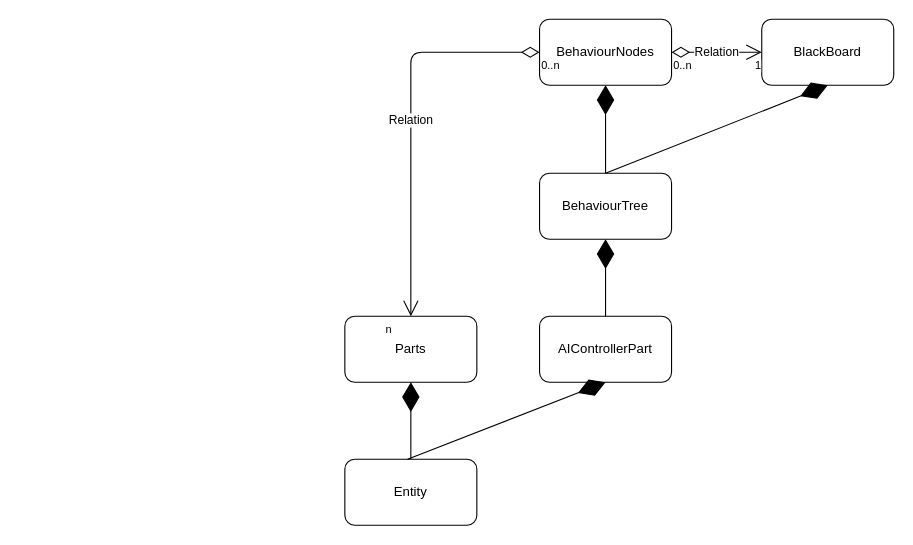
This is Untitled Diagram.drawio from davidkuangtao/Books, a draw.io file, before an edit. Source tidied: cells renumbered, new cells numbered last; positions are measured from the earlier drawing's top-left corner, leaving out a move shared by most shapes. Both pictures are drawn from the tidied source at 110%, with x=0, y=0 at pixel (344, 19).
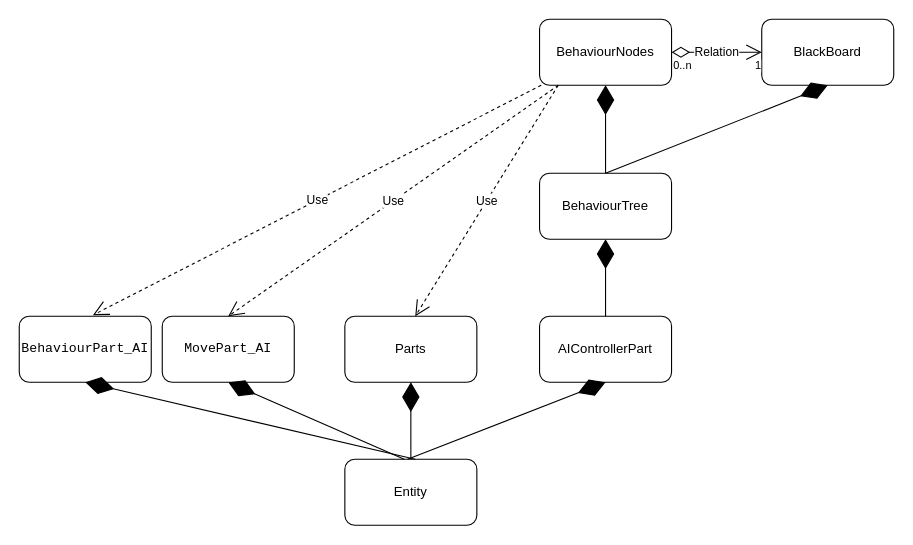
The same page after the edit.

Unchanged cells that the change refers to:
```xml
<mxCell id="3" value="Parts" style="rounded=1;whiteSpace=wrap;html=1;" parent="1" vertex="1">
  <mxGeometry y="270" width="120" height="60" as="geometry" />
</mxCell>
<mxCell id="8" value="BehaviourNodes" style="rounded=1;whiteSpace=wrap;html=1;" parent="1" vertex="1">
  <mxGeometry x="177" width="120" height="60" as="geometry" />
</mxCell>
```

Diff of the diagram source:
```diff
@@
-    <mxCell id="13" value="Relation" style="endArrow=open;html=1;endSize=12;startArrow=diamondThin;startSize=14;startFill=0;edgeStyle=orthogonalEdgeStyle;entryX=0.5;entryY=0;entryDx=0;entryDy=0;" parent="1" edge="1" source="8" target="3">
-      <mxGeometry relative="1" as="geometry" />
-    </mxCell>
-    <mxCell id="14" value="0..n" style="html=1;align=left;verticalAlign=top;labelBackgroundColor=#ffffff;fontSize=10;" parent="13" vertex="1">
-      <mxGeometry x="-1" relative="1" as="geometry" />
-    </mxCell>
-    <mxCell id="15" value="n&lt;br&gt;" style="html=1;align=right;verticalAlign=top;labelBackgroundColor=#ffffff;fontSize=10;" parent="13" vertex="1">
-      <mxGeometry x="1" relative="1" as="geometry">
-        <mxPoint x="-17" as="offset" />
-      </mxGeometry>
-    </mxCell>
@@
+    <mxCell id="19" value="&lt;pre&gt;BehaviourPart_AI&lt;/pre&gt;" style="rounded=1;whiteSpace=wrap;html=1;" parent="1" vertex="1">
+      <mxGeometry x="-296" y="270" width="120" height="60" as="geometry" />
+    </mxCell>
+    <mxCell id="20" style="endArrow=diamondThin;endFill=1;endSize=24;html=1;entryX=0.5;entryY=1;entryDx=0;entryDy=0;" parent="1" edge="1" target="19">
+      <mxGeometry relative="1" as="geometry">
+        <mxPoint x="64" y="400" as="sourcePoint" />
+      </mxGeometry>
+    </mxCell>
+    <mxCell id="21" value="&lt;pre&gt;MovePart_AI&lt;/pre&gt;" style="rounded=1;whiteSpace=wrap;html=1;" parent="1" vertex="1">
+      <mxGeometry x="-166" y="270" width="120" height="60" as="geometry" />
+    </mxCell>
+    <mxCell id="22" style="endArrow=diamondThin;endFill=1;endSize=24;html=1;entryX=0.5;entryY=1;entryDx=0;entryDy=0;" parent="1" edge="1" target="21">
+      <mxGeometry relative="1" as="geometry">
+        <mxPoint x="54" y="400" as="sourcePoint" />
+      </mxGeometry>
+    </mxCell>
+    <mxCell id="23" value="Use" style="endArrow=open;endSize=12;dashed=1;html=1;entryX=0.5;entryY=0;entryDx=0;entryDy=0;" parent="1" edge="1" source="8" target="21">
+      <mxGeometry relative="1" as="geometry" />
+    </mxCell>
+    <mxCell id="24" value="Use" style="endArrow=open;endSize=12;dashed=1;html=1;" parent="1" edge="1">
+      <mxGeometry relative="1" as="geometry">
+        <mxPoint x="194" y="60" as="sourcePoint" />
+        <mxPoint x="64" y="270" as="targetPoint" />
+      </mxGeometry>
+    </mxCell>
+    <mxCell id="25" value="Use" style="endArrow=open;endSize=12;dashed=1;html=1;entryX=0.558;entryY=-0.017;entryDx=0;entryDy=0;entryPerimeter=0;" parent="1" edge="1" source="8" target="19">
+      <mxGeometry relative="1" as="geometry" />
+    </mxCell>
```
